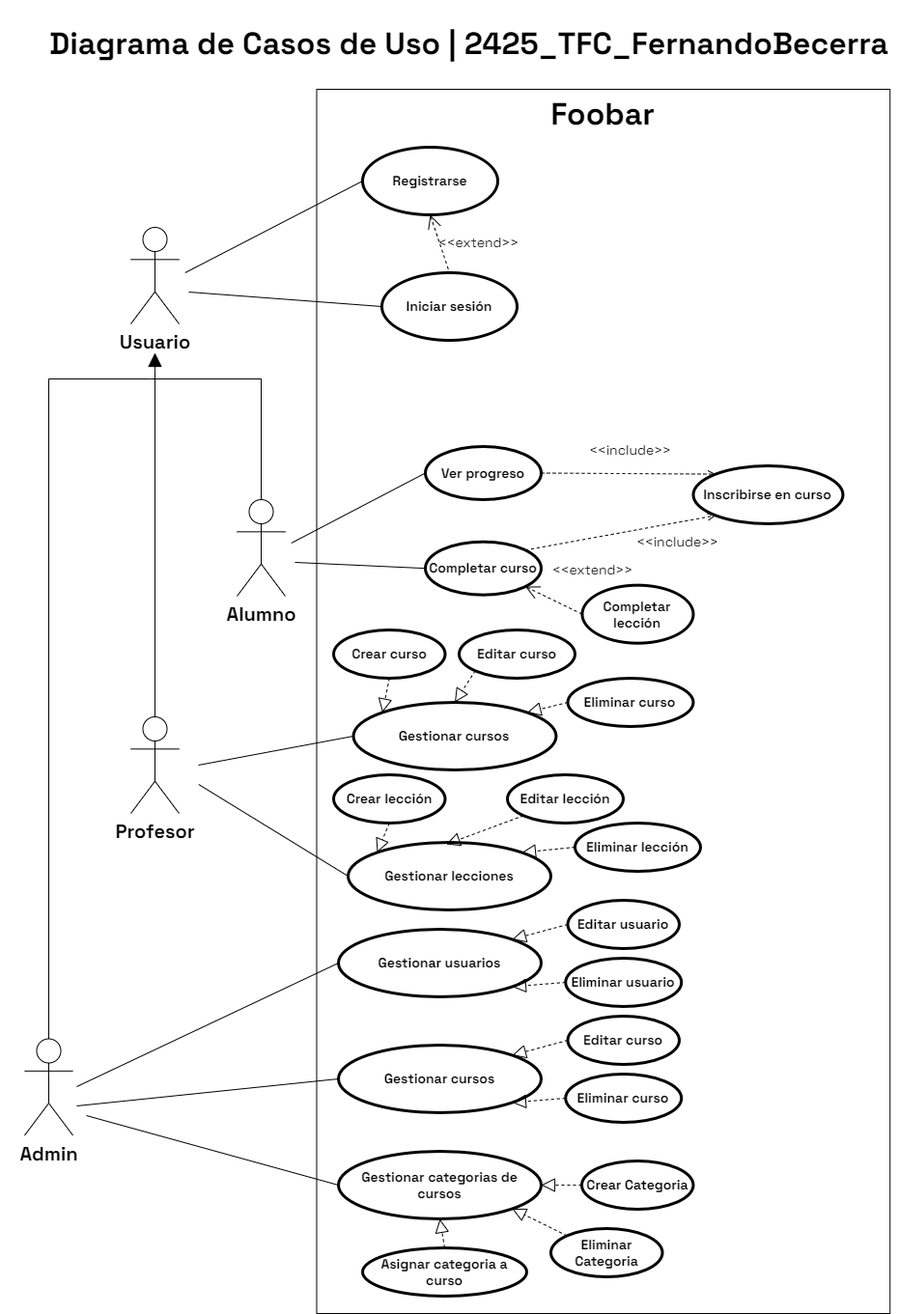
The draw.io diagram docs/Diagrama de Casos De Uso.png in FernandoBecerraOrtiz/Proyecto_FernandoBecerraOrtiz, before a commit. Source tidied: cells renumbered, new cells last; positions are measured from the earlier drawing's top-left corner, leaving out a move shared by most shapes.
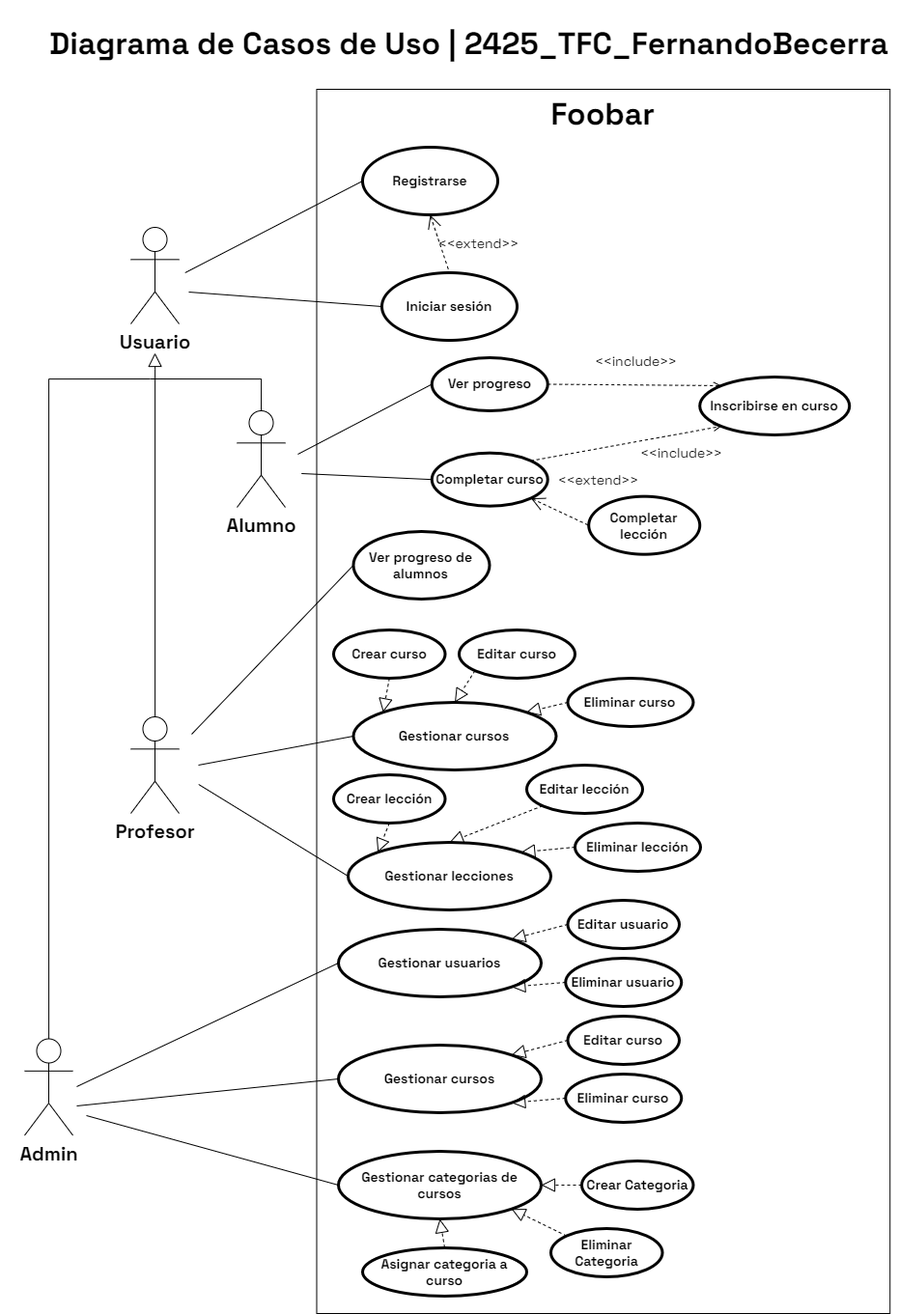
After the change.

Change to the diagram source:
```diff
@@ -12,28 +12,27 @@
       <mxGeometry x="135" y="235" width="50" height="100" as="geometry" />
     </mxCell>
     <mxCell id="5" value="&lt;font style=&quot;font-size: 14px;&quot;&gt;Inscribirse en&lt;/font&gt;&lt;span style=&quot;background-color: transparent; color: light-dark(rgb(0, 0, 0), rgb(255, 255, 255));&quot;&gt;&amp;nbsp;curso&lt;/span&gt;" style="shape=ellipse;html=1;strokeWidth=3;fontStyle=1;whiteSpace=wrap;align=center;perimeter=ellipsePerimeter;fontFamily=Space Grotesk;fontSize=14;" parent="1" vertex="1">
-      <mxGeometry x="717.5" y="482" width="155" height="60" as="geometry" />
+      <mxGeometry x="724.2" y="390" width="155" height="60" as="geometry" />
     </mxCell>
     <mxCell id="6" value="&amp;lt;&amp;lt;include&amp;gt;&amp;gt;" style="edgeStyle=none;html=1;endArrow=open;verticalAlign=bottom;dashed=1;labelBackgroundColor=none;rounded=0;fontFamily=Space Grotesk;fontSize=14;entryX=0;entryY=1;entryDx=0;entryDy=0;exitX=1;exitY=0;exitDx=0;exitDy=0;" parent="1" edge="1" source="8" target="5">
       <mxGeometry x="0.53" y="-31" relative="1" as="geometry" />
     </mxCell>
     <mxCell id="7" value="&lt;font style=&quot;font-size: 14px;&quot;&gt;Completar lección&lt;/font&gt;" style="shape=ellipse;html=1;strokeWidth=3;fontStyle=1;whiteSpace=wrap;align=center;perimeter=ellipsePerimeter;fontFamily=Space Grotesk;fontSize=14;" parent="1" vertex="1">
-      <mxGeometry x="602.5" y="605.7" width="115" height="60" as="geometry" />
+      <mxGeometry x="609.2" y="513.7" width="115" height="60" as="geometry" />
     </mxCell>
     <mxCell id="8" value="&lt;span style=&quot;font-size: 14px;&quot;&gt;Completar curso&lt;/span&gt;" style="shape=ellipse;html=1;strokeWidth=3;fontStyle=1;whiteSpace=wrap;align=center;perimeter=ellipsePerimeter;fontFamily=Space Grotesk;fontSize=14;" parent="1" vertex="1">
-      <mxGeometry x="440" y="560.7" width="120" height="55" as="geometry" />
+      <mxGeometry x="446.7" y="468.7" width="120" height="55" as="geometry" />
     </mxCell>
     <mxCell id="9" style="edgeStyle=none;html=1;endArrow=none;verticalAlign=bottom;rounded=0;entryX=0;entryY=0.5;entryDx=0;entryDy=0;fontFamily=Space Grotesk;" parent="1" edge="1" target="8">
       <mxGeometry relative="1" as="geometry">
-        <mxPoint x="305" y="582" as="sourcePoint" />
+        <mxPoint x="311.8" y="490" as="sourcePoint" />
       </mxGeometry>
     </mxCell>
     <mxCell id="10" value="&amp;lt;&amp;lt;extend&amp;gt;&amp;gt;" style="edgeStyle=none;html=1;startArrow=open;endArrow=none;startSize=12;verticalAlign=bottom;dashed=1;labelBackgroundColor=none;rounded=0;fontFamily=Space Grotesk;fontSize=14;exitX=1;exitY=1;exitDx=0;exitDy=0;entryX=0;entryY=0.5;entryDx=0;entryDy=0;" parent="1" edge="1" source="8" target="7">
       <mxGeometry x="0.82" y="36" relative="1" as="geometry" />
     </mxCell>
-    <mxCell id="11" style="edgeStyle=orthogonalEdgeStyle;rounded=0;orthogonalLoop=1;jettySize=auto;html=1;endArrow=none;startFill=0;exitX=0.5;exitY=0;exitDx=0;exitDy=0;exitPerimeter=0;" parent="1" edge="1">
+    <mxCell id="11" style="edgeStyle=orthogonalEdgeStyle;rounded=0;jettySize=auto;html=1;endArrow=none;startFill=0;exitX=0.5;exitY=0;exitDx=0;exitDy=0;exitPerimeter=0;" parent="1" edge="1" source="12">
       <mxGeometry relative="1" as="geometry">
-        <mxPoint x="270" y="517" as="sourcePoint" />
         <mxPoint x="155" y="392" as="targetPoint" />
         <Array as="points">
           <mxPoint x="270" y="392" />
@@ -41,7 +40,7 @@
       </mxGeometry>
     </mxCell>
     <mxCell id="12" value="&lt;span style=&quot;font-size: 20px;&quot;&gt;&lt;b&gt;Alumno&lt;/b&gt;&lt;/span&gt;" style="shape=umlActor;html=1;verticalLabelPosition=bottom;verticalAlign=top;align=center;fontFamily=Space Grotesk;fontSize=16;" parent="1" vertex="1">
-      <mxGeometry x="245" y="517" width="50" height="100" as="geometry" />
+      <mxGeometry x="245" y="425" width="50" height="100" as="geometry" />
     </mxCell>
     <mxCell id="13" value="&lt;font style=&quot;font-size: 14px;&quot;&gt;Gestionar usuarios&lt;/font&gt;" style="shape=ellipse;html=1;strokeWidth=3;fontStyle=1;whiteSpace=wrap;align=center;perimeter=ellipsePerimeter;fontFamily=Space Grotesk;fontSize=14;" parent="1" vertex="1">
       <mxGeometry x="350" y="962" width="210" height="70" as="geometry" />
@@ -82,7 +81,7 @@
     <mxCell id="22" value="&lt;span style=&quot;font-size: 20px;&quot;&gt;&lt;b&gt;Admin&lt;/b&gt;&lt;/span&gt;" style="shape=umlActor;html=1;verticalLabelPosition=bottom;verticalAlign=top;align=center;fontFamily=Space Grotesk;fontSize=16;" parent="1" vertex="1">
       <mxGeometry x="25" y="1075.5" width="50" height="100" as="geometry" />
     </mxCell>
-    <mxCell id="23" style="edgeStyle=orthogonalEdgeStyle;rounded=0;jettySize=auto;html=1;endArrow=block;startFill=0;endFill=1;endSize=12;strokeColor=default;" parent="1" edge="1" source="24">
+    <mxCell id="23" style="edgeStyle=orthogonalEdgeStyle;rounded=0;jettySize=auto;html=1;endArrow=block;startFill=0;endFill=0;endSize=12;strokeColor=default;" parent="1" edge="1" source="24">
       <mxGeometry relative="1" as="geometry">
         <mxPoint x="160" y="365" as="targetPoint" />
         <Array as="points">
@@ -105,11 +104,11 @@
       <mxGeometry x="0.7" y="35" relative="1" as="geometry" />
     </mxCell>
     <mxCell id="28" value="&lt;span style=&quot;font-size: 14px;&quot;&gt;Ver progreso&lt;/span&gt;" style="shape=ellipse;html=1;strokeWidth=3;fontStyle=1;whiteSpace=wrap;align=center;perimeter=ellipsePerimeter;fontFamily=Space Grotesk;fontSize=14;" parent="1" vertex="1">
-      <mxGeometry x="440" y="462" width="120" height="55" as="geometry" />
+      <mxGeometry x="446.7" y="370" width="120" height="55" as="geometry" />
     </mxCell>
     <mxCell id="29" style="edgeStyle=none;html=1;endArrow=none;verticalAlign=bottom;rounded=0;entryX=0;entryY=0.5;entryDx=0;entryDy=0;fontFamily=Space Grotesk;" parent="1" edge="1" target="28">
       <mxGeometry relative="1" as="geometry">
-        <mxPoint x="301.2" y="562" as="sourcePoint" />
+        <mxPoint x="308" y="470" as="sourcePoint" />
       </mxGeometry>
     </mxCell>
     <mxCell id="30" value="&amp;lt;&amp;lt;include&amp;gt;&amp;gt;" style="edgeStyle=none;html=1;endArrow=open;verticalAlign=bottom;dashed=1;labelBackgroundColor=none;rounded=0;fontFamily=Space Grotesk;fontSize=14;entryX=0;entryY=0;entryDx=0;entryDy=0;exitX=1;exitY=0.5;exitDx=0;exitDy=0;" parent="1" edge="1" source="28" target="5">
@@ -144,11 +143,11 @@
     <mxCell id="39" value="&lt;font style=&quot;font-size: 14px;&quot;&gt;Gestionar lecciones&lt;/font&gt;" style="shape=ellipse;html=1;strokeWidth=3;fontStyle=1;whiteSpace=wrap;align=center;perimeter=ellipsePerimeter;fontFamily=Space Grotesk;fontSize=14;" parent="1" vertex="1">
       <mxGeometry x="360" y="872" width="210" height="70" as="geometry" />
     </mxCell>
-    <mxCell id="40" style="endArrow=block;dashed=1;endFill=0;endSize=12;html=1;rounded=0;entryX=0.484;entryY=0.029;entryDx=0;entryDy=0;exitX=0;exitY=1;exitDx=0;exitDy=0;fontFamily=Space Grotesk;entryPerimeter=0;" parent="1" edge="1" source="41" target="39">
+    <mxCell id="40" style="endArrow=block;dashed=1;endFill=0;endSize=12;html=1;rounded=0;entryX=0.5;entryY=0;entryDx=0;entryDy=0;exitX=0;exitY=1;exitDx=0;exitDy=0;fontFamily=Space Grotesk;" parent="1" edge="1" source="41" target="39">
       <mxGeometry relative="1" as="geometry" />
     </mxCell>
     <mxCell id="41" value="&lt;font style=&quot;font-size: 14px;&quot;&gt;Editar&amp;nbsp;&lt;/font&gt;lección" style="shape=ellipse;html=1;strokeWidth=3;fontStyle=1;whiteSpace=wrap;align=center;perimeter=ellipsePerimeter;fontFamily=Space Grotesk;fontSize=14;" parent="1" vertex="1">
-      <mxGeometry x="525" y="802" width="120" height="50" as="geometry" />
+      <mxGeometry x="545" y="792" width="120" height="50" as="geometry" />
     </mxCell>
     <mxCell id="42" value="Crear lección" style="shape=ellipse;html=1;strokeWidth=3;fontStyle=1;whiteSpace=wrap;align=center;perimeter=ellipsePerimeter;fontFamily=Space Grotesk;fontSize=14;" parent="1" vertex="1">
       <mxGeometry x="345" y="802" width="115.5" height="50" as="geometry" />
@@ -213,5 +212,13 @@
         <mxPoint x="89" y="1155" as="sourcePoint" />
       </mxGeometry>
     </mxCell>
+    <mxCell id="61" value="Ver progreso de alumnos" style="shape=ellipse;html=1;strokeWidth=3;fontStyle=1;whiteSpace=wrap;align=center;perimeter=ellipsePerimeter;fontFamily=Space Grotesk;fontSize=14;" parent="1" vertex="1">
+      <mxGeometry x="365.5" y="550" width="141" height="70" as="geometry" />
+    </mxCell>
+    <mxCell id="62" style="edgeStyle=none;html=1;endArrow=none;verticalAlign=bottom;rounded=0;entryX=0;entryY=0.5;entryDx=0;entryDy=0;fontFamily=Space Grotesk;" parent="1" edge="1" target="61">
+      <mxGeometry relative="1" as="geometry">
+        <mxPoint x="198" y="760" as="sourcePoint" />
+      </mxGeometry>
+    </mxCell>
   </root>
 </mxGraphModel>
```
